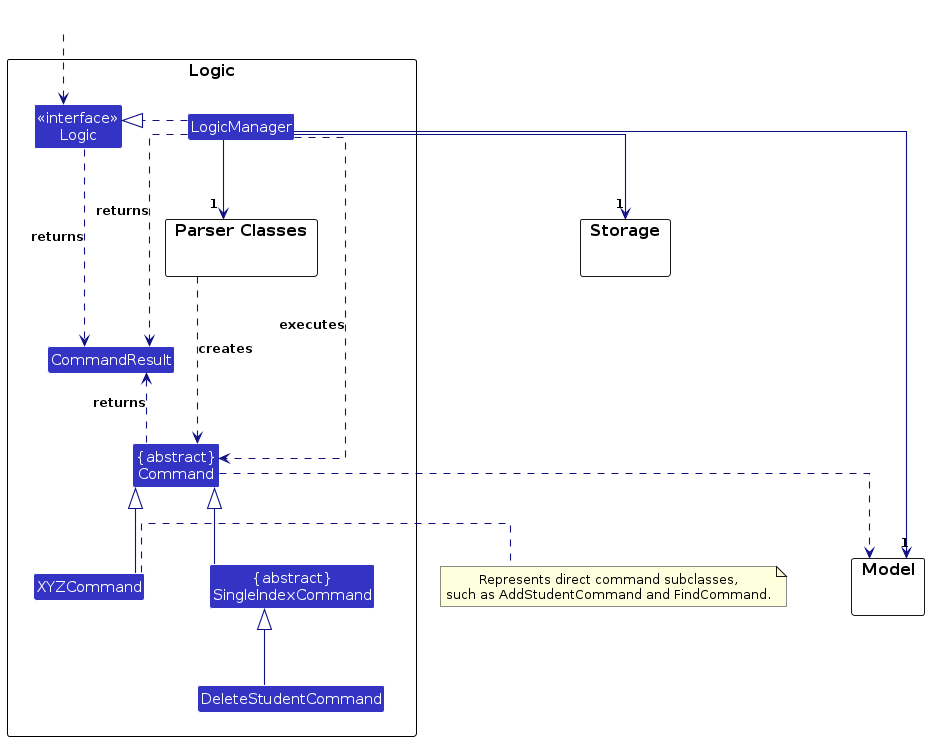
Before: diagrams/LogicClassDiagram.png, a diagram exported from PlantUML (AY2627S1-CS2103T-T11-4/tp). Its source is kept beside it as diagrams/LogicClassDiagram.puml.
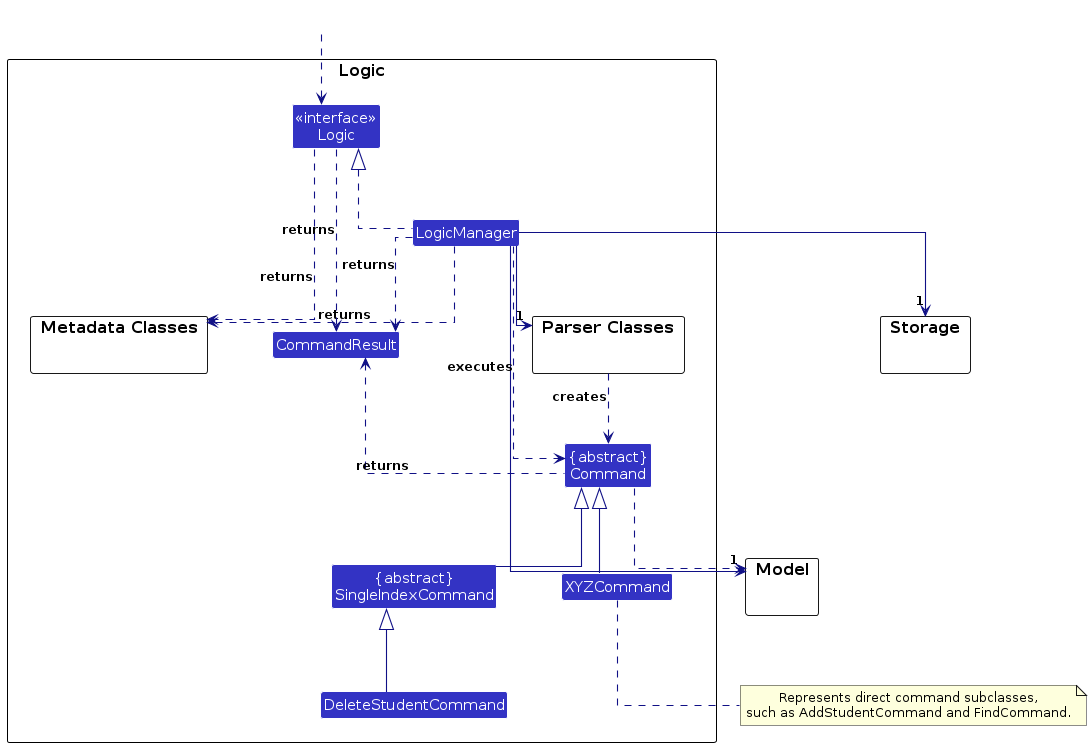
Later version of the same file.

Change to the diagram source:
```diff
@@ -15,6 +15,7 @@
     class "<<interface>>\nLogic" as LogicApi
 
     package "Parser Classes" as ParserClasses {}
+    package "Metadata Classes" as MetadataClasses {}
 
     class CommandResult
     class "{abstract}\nCommand" as Command
@@ -28,35 +29,35 @@
 package "Model" as ModelComponent {}
 
 HiddenOutside ..> LogicApi
-LogicManager .right.|> LogicApi
+LogicManager .up.|> LogicApi
 LogicManager --> "1" ParserClasses
 LogicManager --> "1" StorageComponent
 LogicManager --> "1" ModelComponent
 LogicManager ..> Command : executes
+LogicManager ..> MetadataClasses : returns
 LogicManager ..> CommandResult : returns
-ParserClasses ..> Command : creates
+ParserClasses .down.> Command : creates
 LogicApi ..> CommandResult : returns
+LogicApi ..> MetadataClasses : returns
 Command ..> ModelComponent
-Command ..> CommandResult : returns
+Command .left.> CommandResult : returns
 
 SingleIndexCommand -up-|> Command
 XYZCommand -up-|> Command
 DeleteStudentCommand -up-|> SingleIndexCommand
 
-note right of XYZCommand
+note bottom of XYZCommand
     Represents direct command subclasses,
     such as AddStudentCommand and FindCommand.
 end note
 
 HiddenOutside -[hidden]down-> LogicApi
-LogicManager -[hidden]right-> LogicApi
-LogicManager -[hidden]down-> ParserClasses
-ParserClasses -[hidden]down-> CommandResult
-CommandResult -[hidden]down-> Command
+MetadataClasses -[hidden]right-> ParserClasses
+MetadataClasses -[hidden]right-> CommandResult
 Command -[hidden]down-> XYZCommand
 XYZCommand -[hidden]right-> SingleIndexCommand
 SingleIndexCommand -[hidden]down-> DeleteStudentCommand
 LogicComponent -[hidden]right-> StorageComponent
-StorageComponent -[hidden]down-> ModelComponent
+LogicComponent -[hidden]right-> ModelComponent
 
 @enduml
```
